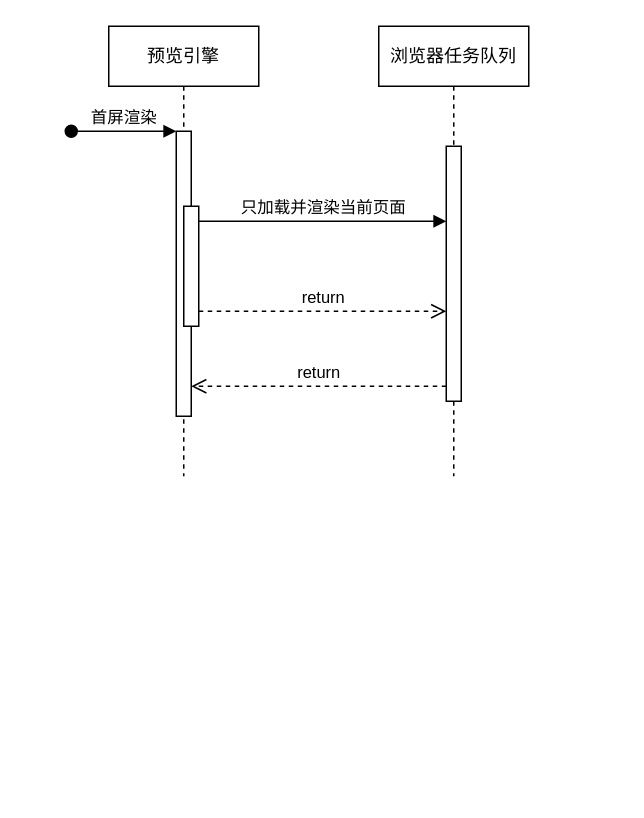
ljx94nb/drawings keeps this draw.io diagram as 物料懒加载时序图.drawio. Above is the earlier version. Source tidied: cells renumbered, new cells numbered last; positions are measured from the earlier drawing's top-left corner, leaving out a move shared by most shapes. Both pictures are drawn from the tidied source at 150%, with x=0, y=0 at pixel (70, 26).
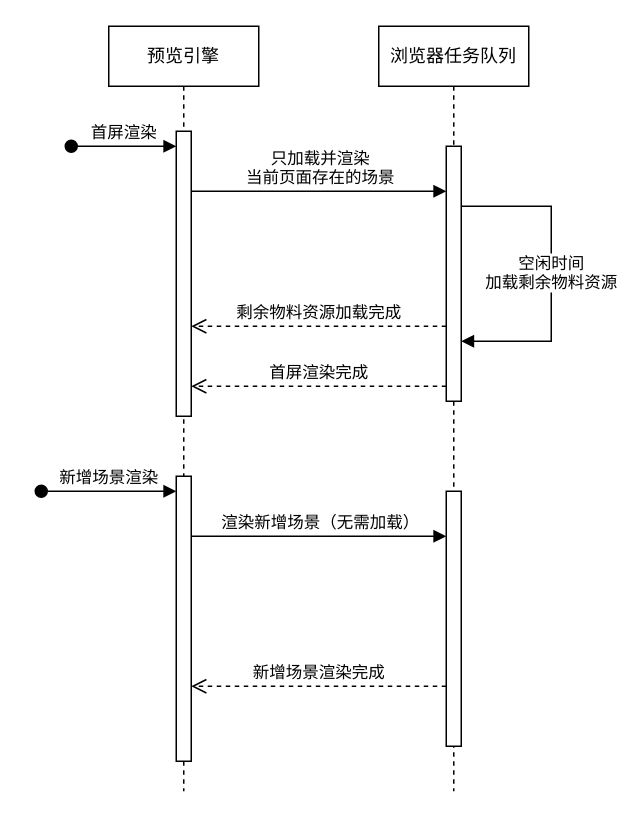
Above is the later version.

Commit message:
更新物料懒加载时序图.drawio

The change refers to these unchanged cells:
```xml
<mxCell id="3" style="html=1;points=[];perimeter=orthogonalPerimeter;outlineConnect=0;targetShapes=umlLifeline;portConstraint=eastwest;newEdgeStyle={&quot;edgeStyle&quot;:&quot;elbowEdgeStyle&quot;,&quot;elbow&quot;:&quot;vertical&quot;,&quot;curved&quot;:0,&quot;rounded&quot;:0};" parent="2" vertex="1">
  <mxGeometry x="45" y="70" width="10" height="190" as="geometry" />
</mxCell>
<mxCell id="7" style="html=1;points=[];perimeter=orthogonalPerimeter;outlineConnect=0;targetShapes=umlLifeline;portConstraint=eastwest;newEdgeStyle={&quot;edgeStyle&quot;:&quot;elbowEdgeStyle&quot;,&quot;elbow&quot;:&quot;vertical&quot;,&quot;curved&quot;:0,&quot;rounded&quot;:0};" parent="6" vertex="1">
  <mxGeometry x="45" y="80" width="10" height="170" as="geometry" />
</mxCell>
```

Diff of the diagram source:
```diff
@@
     <mxCell id="2" value="预览引擎" style="shape=umlLifeline;perimeter=lifelinePerimeter;whiteSpace=wrap;html=1;newEdgeStyle={&quot;edgeStyle&quot;:&quot;elbowEdgeStyle&quot;,&quot;elbow&quot;:&quot;vertical&quot;,&quot;curved&quot;:0,&quot;rounded&quot;:0};" parent="1" vertex="1">
-      <mxGeometry x="25" width="100" height="300" as="geometry" />
+      <mxGeometry x="25" width="100" height="510" as="geometry" />
     </mxCell>
@@
     <mxCell id="4" value="首屏渲染" style="html=1;verticalAlign=bottom;startArrow=oval;endArrow=block;startSize=8;edgeStyle=elbowEdgeStyle;elbow=vertical;curved=0;rounded=0;" parent="2" edge="1" target="3">
       <mxGeometry relative="1" as="geometry">
-        <mxPoint x="-25" y="70" as="sourcePoint" />
+        <mxPoint x="-25" y="80" as="sourcePoint" />
+        <Array as="points">
+          <mxPoint x="10" y="80" />
+        </Array>
       </mxGeometry>
     </mxCell>
-    <mxCell id="5" style="html=1;points=[];perimeter=orthogonalPerimeter;outlineConnect=0;targetShapes=umlLifeline;portConstraint=eastwest;newEdgeStyle={&quot;edgeStyle&quot;:&quot;elbowEdgeStyle&quot;,&quot;elbow&quot;:&quot;vertical&quot;,&quot;curved&quot;:0,&quot;rounded&quot;:0};" parent="2" vertex="1">
-      <mxGeometry x="50" y="120" width="10" height="80" as="geometry" />
-    </mxCell>
+    <mxCell id="11" style="html=1;perimeter=orthogonalPerimeter;targetShapes=umlLifeline;newEdgeStyle={&quot;edgeStyle&quot;:&quot;elbowEdgeStyle&quot;,&quot;elbow&quot;:&quot;vertical&quot;,&quot;curved&quot;:0,&quot;rounded&quot;:0};" parent="2" vertex="1">
+      <mxGeometry x="45" y="300" width="10" height="190" as="geometry" />
+    </mxCell>
     <mxCell id="6" value="浏览器任务队列" style="shape=umlLifeline;perimeter=lifelinePerimeter;whiteSpace=wrap;html=1;newEdgeStyle={&quot;edgeStyle&quot;:&quot;elbowEdgeStyle&quot;,&quot;elbow&quot;:&quot;vertical&quot;,&quot;curved&quot;:0,&quot;rounded&quot;:0};" parent="1" vertex="1">
-      <mxGeometry x="205" width="100" height="300" as="geometry" />
+      <mxGeometry x="205" width="100" height="510" as="geometry" />
     </mxCell>
@@
+    <mxCell id="12" style="html=1;perimeter=orthogonalPerimeter;targetShapes=umlLifeline;newEdgeStyle={&quot;edgeStyle&quot;:&quot;elbowEdgeStyle&quot;,&quot;elbow&quot;:&quot;vertical&quot;,&quot;curved&quot;:0,&quot;rounded&quot;:0};" parent="6" vertex="1">
+      <mxGeometry x="45" y="310" width="10" height="170" as="geometry" />
+    </mxCell>
+    <mxCell id="13" value="空闲时间&lt;br&gt;加载剩余物料资源" style="html=1;verticalAlign=bottom;endArrow=block;edgeStyle=orthogonalEdgeStyle;elbow=vertical;rounded=0;" parent="6" edge="1" source="7" target="7">
+      <mxGeometry x="0.14" relative="1" as="geometry">
+        <Array as="points">
+          <mxPoint x="115" y="120" />
+        </Array>
+      </mxGeometry>
+    </mxCell>
-    <mxCell id="8" value="只加载并渲染当前页面" style="html=1;verticalAlign=bottom;endArrow=block;edgeStyle=elbowEdgeStyle;elbow=vertical;curved=0;rounded=0;" parent="1" edge="1" source="5">
+    <mxCell id="8" value="只加载并渲染&lt;br&gt;当前页面存在的场景" style="html=1;verticalAlign=bottom;endArrow=block;edgeStyle=elbowEdgeStyle;elbow=vertical;curved=0;rounded=0;" parent="1" edge="1" source="3" target="7">
       <mxGeometry x="0.01" relative="1" as="geometry">
-        <mxPoint x="250" y="130" as="targetPoint" />
         <Array as="points">
+          <mxPoint x="190" y="110" />
           <mxPoint x="210" y="130" />
           <mxPoint x="165" y="80" />
         </Array>
       </mxGeometry>
     </mxCell>
-    <mxCell id="9" value="return" style="html=1;verticalAlign=bottom;endArrow=open;dashed=1;endSize=8;edgeStyle=elbowEdgeStyle;elbow=vertical;curved=0;rounded=0;" parent="1" edge="1" source="7" target="3">
+    <mxCell id="9" value="首屏渲染完成" style="html=1;verticalAlign=bottom;endArrow=open;dashed=1;endSize=8;edgeStyle=elbowEdgeStyle;elbow=vertical;curved=0;rounded=0;" parent="1" edge="1" source="7" target="3">
       <mxGeometry relative="1" as="geometry">
         <Array as="points">
           <mxPoint x="175" y="240" />
         </Array>
       </mxGeometry>
     </mxCell>
-    <mxCell id="10" value="return" style="html=1;verticalAlign=bottom;endArrow=open;dashed=1;endSize=8;edgeStyle=elbowEdgeStyle;elbow=vertical;curved=0;rounded=0;" parent="1" edge="1" source="5" target="7">
-      <mxGeometry relative="1" as="geometry">
-        <Array as="points">
-          <mxPoint x="165" y="190" />
-        </Array>
-      </mxGeometry>
-    </mxCell>
+    <mxCell id="14" value="新增场景渲染" style="html=1;verticalAlign=bottom;startArrow=oval;endArrow=block;startSize=8;edgeStyle=elbowEdgeStyle;elbow=vertical;curved=0;rounded=0;" parent="1" edge="1">
+      <mxGeometry relative="1" as="geometry">
+        <mxPoint x="-20" y="310" as="sourcePoint" />
+        <mxPoint x="70" y="310" as="targetPoint" />
+      </mxGeometry>
+    </mxCell>
+    <mxCell id="15" value="渲染新增场景（无需加载）" style="html=1;verticalAlign=bottom;endArrow=block;edgeStyle=elbowEdgeStyle;elbow=vertical;curved=0;rounded=0;" parent="1" edge="1">
+      <mxGeometry x="0.01" relative="1" as="geometry">
+        <mxPoint x="80" y="340" as="sourcePoint" />
+        <mxPoint x="250" y="340" as="targetPoint" />
+        <Array as="points">
+          <mxPoint x="190" y="340" />
+          <mxPoint x="210" y="360" />
+          <mxPoint x="165" y="310" />
+        </Array>
+      </mxGeometry>
+    </mxCell>
+    <mxCell id="16" value="剩余物料资源加载完成" style="html=1;verticalAlign=bottom;endArrow=open;dashed=1;endSize=8;edgeStyle=elbowEdgeStyle;elbow=vertical;curved=0;rounded=0;" parent="1" edge="1" source="7">
+      <mxGeometry relative="1" as="geometry">
+        <mxPoint x="80" y="200" as="targetPoint" />
+        <Array as="points">
+          <mxPoint x="175" y="200" />
+        </Array>
+      </mxGeometry>
+    </mxCell>
+    <mxCell id="17" value="新增场景渲染完成" style="html=1;verticalAlign=bottom;endArrow=open;dashed=1;endSize=8;edgeStyle=elbowEdgeStyle;elbow=vertical;curved=0;rounded=0;" parent="1" edge="1">
+      <mxGeometry relative="1" as="geometry">
+        <mxPoint x="250" y="440" as="sourcePoint" />
+        <mxPoint x="80" y="440" as="targetPoint" />
+        <Array as="points">
+          <mxPoint x="175" y="440" />
+        </Array>
+      </mxGeometry>
+    </mxCell>
```
